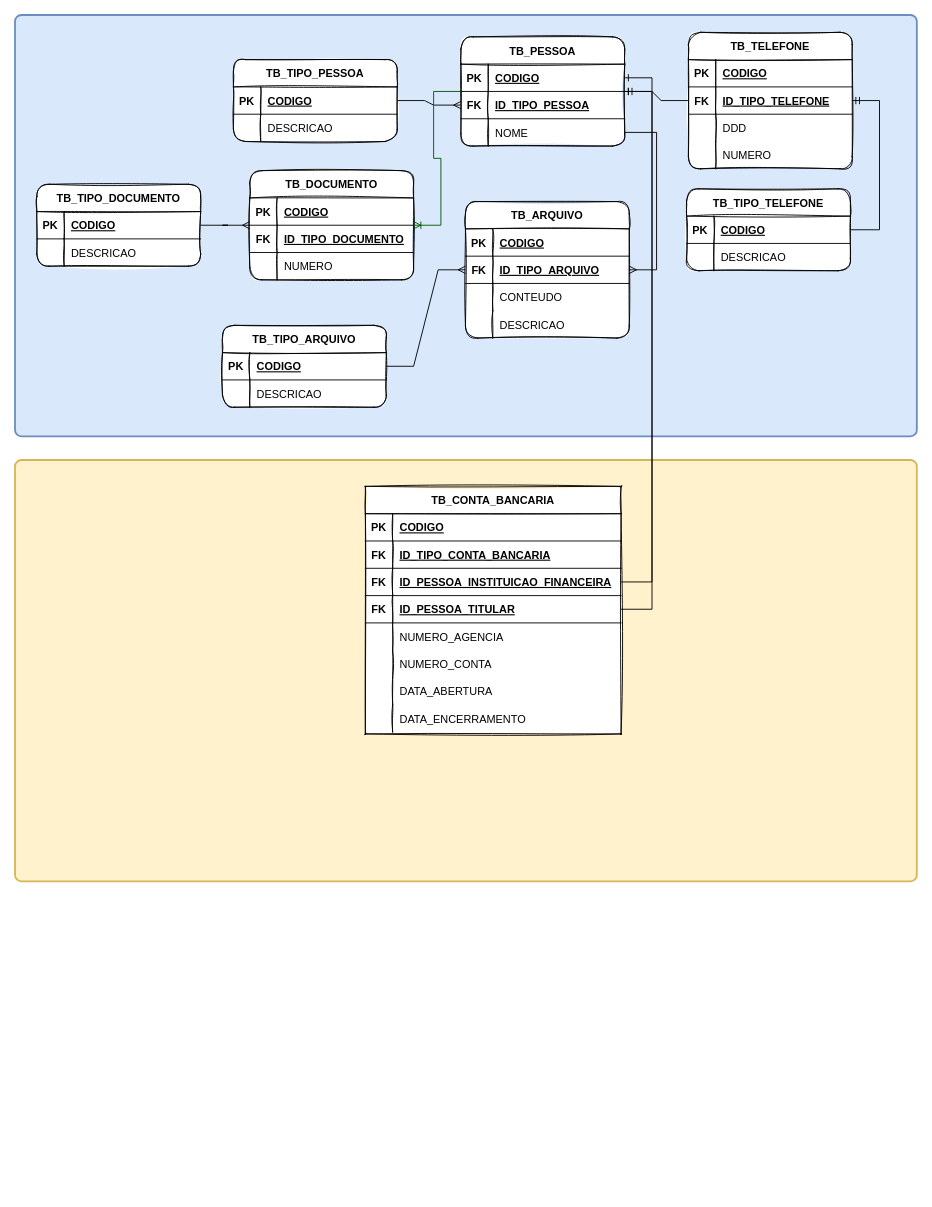
Above: src/main/resources/sistemafinanceiroapi_mer.drawio in quintinodigital/sistemafinanceiroapi (draw.io), before the change. Source tidied: cells renumbered, new cells numbered last; positions are measured from the earlier drawing's top-left corner, leaving out a move shared by most shapes. Both pictures are drawn from the tidied source at 91%, with x=0, y=0 at pixel (15, 15).
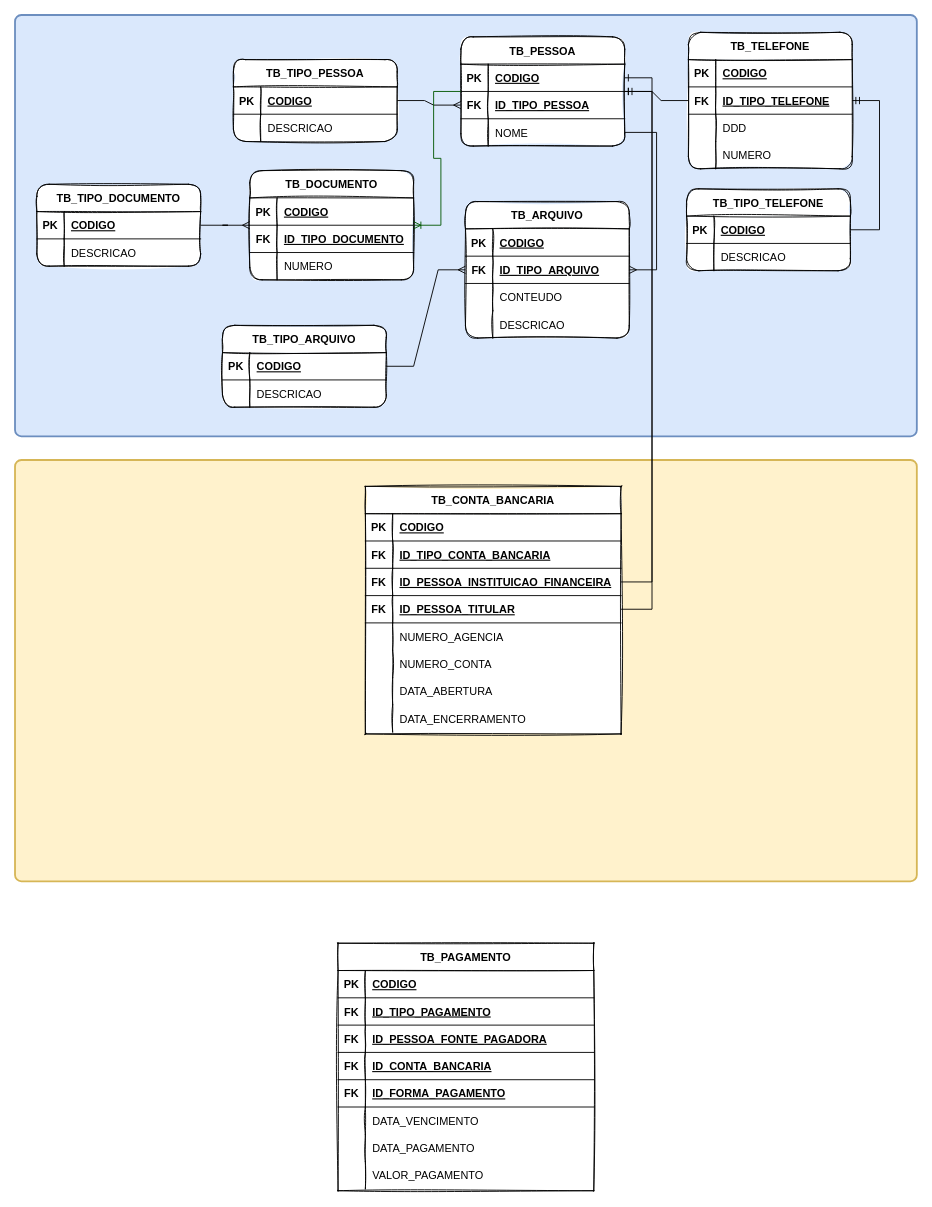
The same page after the edit.

Commit message:
SISTEMAFINANCEIRO15102022143229FEATURE

- Implementar mapeamento da funcionalidade Gerenciador de Lançamento Financeiro (Pagamentos)

The edit, as a diff of the source:
```diff
@@
+    <mxCell id="112" value="TB_PAGAMENTO" style="shape=table;startSize=30;childLayout=tableLayout;rowLines=0;fontStyle=1;align=center;gradientColor=none;swimlaneFillColor=default;rounded=1;shadow=0;sketch=1;arcSize=0;" parent="1" vertex="1">
+      <mxGeometry x="355" y="1020" width="281" height="272" as="geometry" />
+    </mxCell>
+    <mxCell id="113" style="shape=tableRow;horizontal=0;startSize=0;swimlaneHead=0;swimlaneBody=0;fillColor=none;top=0;left=0;right=0;bottom=1;" parent="112" vertex="1">
+      <mxGeometry y="30" width="281" height="30" as="geometry" />
+    </mxCell>
+    <mxCell id="114" value="PK" style="shape=partialRectangle;fillColor=none;top=0;left=0;bottom=0;right=0;fontStyle=1;overflow=hidden;" parent="113" vertex="1">
+      <mxGeometry width="30" height="30" as="geometry" />
+    </mxCell>
+    <mxCell id="115" value="CODIGO" style="shape=partialRectangle;fillColor=none;top=0;left=0;bottom=0;right=0;align=left;spacingLeft=6;fontStyle=5;overflow=hidden;" parent="113" vertex="1">
+      <mxGeometry x="30" width="251" height="30" as="geometry" />
+    </mxCell>
+    <mxCell id="116" style="shape=tableRow;horizontal=0;startSize=0;swimlaneHead=0;swimlaneBody=0;fillColor=none;top=0;left=0;right=0;bottom=1;" parent="112" vertex="1">
+      <mxGeometry y="60" width="281" height="30" as="geometry" />
+    </mxCell>
+    <mxCell id="117" value="FK" style="shape=partialRectangle;fillColor=none;top=0;left=0;bottom=0;right=0;fontStyle=1;overflow=hidden;" parent="116" vertex="1">
+      <mxGeometry width="30" height="30" as="geometry" />
+    </mxCell>
+    <mxCell id="118" value="ID_TIPO_PAGAMENTO" style="shape=partialRectangle;fillColor=none;top=0;left=0;bottom=0;right=0;align=left;spacingLeft=6;fontStyle=5;overflow=hidden;" parent="116" vertex="1">
+      <mxGeometry x="30" width="251" height="30" as="geometry" />
+    </mxCell>
+    <mxCell id="119" style="shape=tableRow;horizontal=0;startSize=0;swimlaneHead=0;swimlaneBody=0;fillColor=none;top=0;left=0;right=0;bottom=1;" parent="112" vertex="1">
+      <mxGeometry y="90" width="281" height="30" as="geometry" />
+    </mxCell>
+    <mxCell id="120" value="FK" style="shape=partialRectangle;fillColor=none;top=0;left=0;bottom=0;right=0;fontStyle=1;overflow=hidden;" parent="119" vertex="1">
+      <mxGeometry width="30" height="30" as="geometry" />
+    </mxCell>
+    <mxCell id="121" value="ID_PESSOA_FONTE_PAGADORA" style="shape=partialRectangle;fillColor=none;top=0;left=0;bottom=0;right=0;align=left;spacingLeft=6;fontStyle=5;overflow=hidden;" parent="119" vertex="1">
+      <mxGeometry x="30" width="251" height="30" as="geometry" />
+    </mxCell>
+    <mxCell id="122" style="shape=tableRow;horizontal=0;startSize=0;swimlaneHead=0;swimlaneBody=0;fillColor=none;top=0;left=0;right=0;bottom=1;" parent="112" vertex="1">
+      <mxGeometry y="120" width="281" height="30" as="geometry" />
+    </mxCell>
+    <mxCell id="123" value="FK" style="shape=partialRectangle;fillColor=none;top=0;left=0;bottom=0;right=0;fontStyle=1;overflow=hidden;" parent="122" vertex="1">
+      <mxGeometry width="30" height="30" as="geometry" />
+    </mxCell>
+    <mxCell id="124" value="ID_CONTA_BANCARIA" style="shape=partialRectangle;fillColor=none;top=0;left=0;bottom=0;right=0;align=left;spacingLeft=6;fontStyle=5;overflow=hidden;" parent="122" vertex="1">
+      <mxGeometry x="30" width="251" height="30" as="geometry" />
+    </mxCell>
+    <mxCell id="125" style="shape=tableRow;horizontal=0;startSize=0;swimlaneHead=0;swimlaneBody=0;fillColor=none;top=0;left=0;right=0;bottom=1;" parent="112" vertex="1">
+      <mxGeometry y="150" width="281" height="30" as="geometry" />
+    </mxCell>
+    <mxCell id="126" value="FK" style="shape=partialRectangle;fillColor=none;top=0;left=0;bottom=0;right=0;fontStyle=1;overflow=hidden;" parent="125" vertex="1">
+      <mxGeometry width="30" height="30" as="geometry" />
+    </mxCell>
+    <mxCell id="127" value="ID_FORMA_PAGAMENTO" style="shape=partialRectangle;fillColor=none;top=0;left=0;bottom=0;right=0;align=left;spacingLeft=6;fontStyle=5;overflow=hidden;" parent="125" vertex="1">
+      <mxGeometry x="30" width="251" height="30" as="geometry" />
+    </mxCell>
+    <mxCell id="128" style="shape=tableRow;horizontal=0;startSize=0;swimlaneHead=0;swimlaneBody=0;fillColor=none;top=0;left=0;right=0;bottom=0;" parent="112" vertex="1">
+      <mxGeometry y="180" width="281" height="30" as="geometry" />
+    </mxCell>
+    <mxCell id="129" style="shape=partialRectangle;fillColor=none;top=0;left=0;bottom=0;right=0;overflow=hidden;" parent="128" vertex="1">
+      <mxGeometry width="30" height="30" as="geometry" />
+    </mxCell>
+    <mxCell id="130" value="DATA_VENCIMENTO" style="shape=partialRectangle;fillColor=none;top=0;left=0;bottom=0;right=0;align=left;spacingLeft=6;overflow=hidden;" parent="128" vertex="1">
+      <mxGeometry x="30" width="251" height="30" as="geometry" />
+    </mxCell>
+    <mxCell id="131" style="shape=tableRow;horizontal=0;startSize=0;swimlaneHead=0;swimlaneBody=0;fillColor=none;top=0;left=0;right=0;bottom=0;" parent="112" vertex="1">
+      <mxGeometry y="210" width="281" height="30" as="geometry" />
+    </mxCell>
+    <mxCell id="132" style="shape=partialRectangle;fillColor=none;top=0;left=0;bottom=0;right=0;overflow=hidden;" parent="131" vertex="1">
+      <mxGeometry width="30" height="30" as="geometry" />
+    </mxCell>
+    <mxCell id="133" value="DATA_PAGAMENTO" style="shape=partialRectangle;fillColor=none;top=0;left=0;bottom=0;right=0;align=left;spacingLeft=6;overflow=hidden;" parent="131" vertex="1">
+      <mxGeometry x="30" width="251" height="30" as="geometry" />
+    </mxCell>
+    <mxCell id="134" style="shape=tableRow;horizontal=0;startSize=0;swimlaneHead=0;swimlaneBody=0;fillColor=none;top=0;left=0;right=0;bottom=0;" parent="112" vertex="1">
+      <mxGeometry y="240" width="281" height="30" as="geometry" />
+    </mxCell>
+    <mxCell id="135" style="shape=partialRectangle;fillColor=none;top=0;left=0;bottom=0;right=0;overflow=hidden;" parent="134" vertex="1">
+      <mxGeometry width="30" height="30" as="geometry" />
+    </mxCell>
+    <mxCell id="136" value="VALOR_PAGAMENTO" style="shape=partialRectangle;fillColor=none;top=0;left=0;bottom=0;right=0;align=left;spacingLeft=6;overflow=hidden;" parent="134" vertex="1">
+      <mxGeometry x="30" width="251" height="30" as="geometry" />
+    </mxCell>
```
